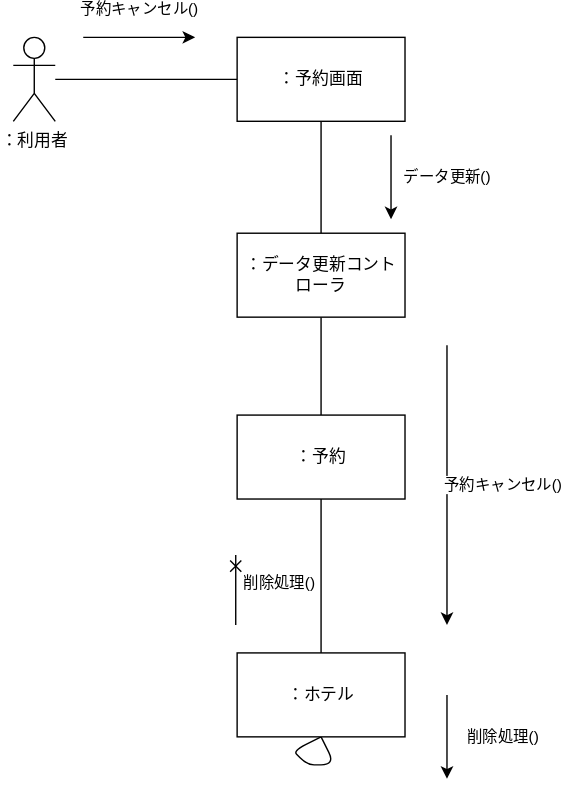
The draw.io diagram 演習５-2_CD_予約登録削除.drawio.svg in IshikawaMasato/uml-introduction, before a commit. Source tidied: cells renumbered, new cells last; positions are measured from the earlier drawing's top-left corner, leaving out a move shared by most shapes.
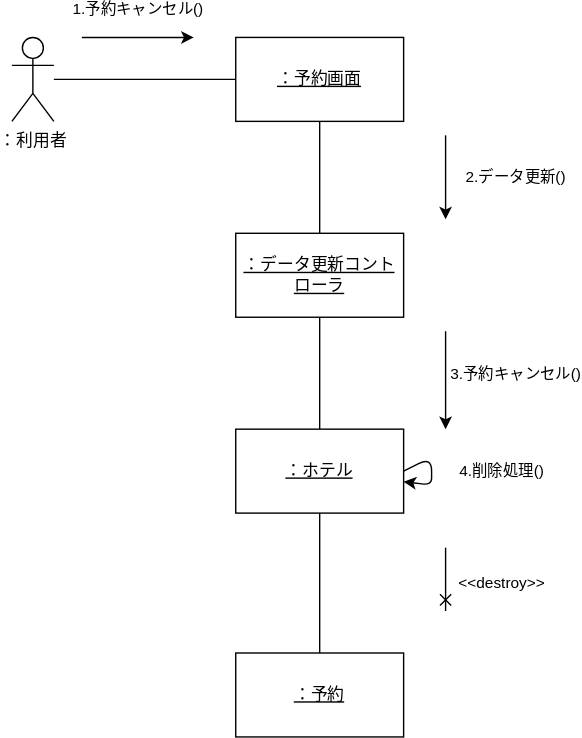
The same diagram one commit later.

Commit message:
演習５－２の作成

The edit, as a diff of the source:
```diff
@@ -11,10 +11,10 @@
     <mxCell id="4" style="edgeStyle=none;html=1;endArrow=none;endFill=0;" parent="1" edge="1" source="5" target="8">
       <mxGeometry relative="1" as="geometry" />
     </mxCell>
-    <mxCell id="5" value="：予約画面" style="rounded=0;whiteSpace=wrap;html=1;" parent="1" vertex="1">
+    <mxCell id="5" value="&lt;u&gt;：予約画面&lt;/u&gt;" style="rounded=0;whiteSpace=wrap;html=1;" parent="1" vertex="1">
       <mxGeometry x="160" width="120" height="60" as="geometry" />
     </mxCell>
-    <mxCell id="6" value="予約キャンセル()" style="endArrow=classic;html=1;" parent="1" edge="1">
+    <mxCell id="6" value="1.予約キャンセル()" style="endArrow=classic;html=1;" parent="1" edge="1">
       <mxGeometry y="20" relative="1" as="geometry">
         <mxPoint x="50" as="sourcePoint" />
         <mxPoint x="130" as="targetPoint" />
@@ -23,50 +23,46 @@
     <mxCell id="7" style="edgeStyle=none;html=1;endArrow=none;endFill=0;" parent="1" edge="1" source="8" target="11">
       <mxGeometry relative="1" as="geometry" />
     </mxCell>
-    <mxCell id="8" value="：データ更新コントローラ" style="whiteSpace=wrap;html=1;rounded=0;" parent="1" vertex="1">
+    <mxCell id="8" value="&lt;u&gt;：データ更新コントローラ&lt;/u&gt;" style="whiteSpace=wrap;html=1;rounded=0;" parent="1" vertex="1">
       <mxGeometry x="160" y="140" width="120" height="60" as="geometry" />
     </mxCell>
-    <mxCell id="9" value="データ更新()" style="endArrow=classic;html=1;" parent="1" edge="1">
-      <mxGeometry y="40" relative="1" as="geometry">
-        <mxPoint x="270" y="70" as="sourcePoint" />
-        <mxPoint x="270" y="130" as="targetPoint" />
+    <mxCell id="9" value="2.データ更新()" style="endArrow=classic;html=1;" parent="1" edge="1">
+      <mxGeometry y="50" relative="1" as="geometry">
+        <mxPoint x="310" y="70" as="sourcePoint" />
+        <mxPoint x="310" y="130" as="targetPoint" />
       </mxGeometry>
     </mxCell>
     <mxCell id="10" style="edgeStyle=none;html=1;endArrow=none;endFill=0;" parent="1" edge="1" source="11" target="13">
       <mxGeometry relative="1" as="geometry" />
     </mxCell>
-    <mxCell id="11" value="：予約" style="whiteSpace=wrap;html=1;rounded=0;" parent="1" vertex="1">
-      <mxGeometry x="160" y="270" width="120" height="60" as="geometry" />
+    <mxCell id="11" value="&lt;u&gt;：ホテル&lt;/u&gt;" style="whiteSpace=wrap;html=1;rounded=0;" parent="1" vertex="1">
+      <mxGeometry x="160" y="280" width="120" height="60" as="geometry" />
     </mxCell>
-    <mxCell id="12" style="edgeStyle=none;html=1;exitX=0.5;exitY=1;exitDx=0;exitDy=0;endArrow=none;endFill=0;entryX=0.5;entryY=1;entryDx=0;entryDy=0;" parent="1" edge="1" source="13" target="13">
-      <mxGeometry relative="1" as="geometry">
-        <Array as="points">
-          <mxPoint x="230" y="520" />
-          <mxPoint x="210" y="520" />
-          <mxPoint x="200" y="510" />
-        </Array>
-      </mxGeometry>
-    </mxCell>
-    <mxCell id="13" value="：ホテル" style="whiteSpace=wrap;html=1;rounded=0;" parent="1" vertex="1">
+    <mxCell id="13" value="&lt;u&gt;：予約&lt;/u&gt;" style="whiteSpace=wrap;html=1;rounded=0;" parent="1" vertex="1">
       <mxGeometry x="160" y="440" width="120" height="60" as="geometry" />
     </mxCell>
-    <mxCell id="14" value="予約キャンセル()" style="endArrow=classic;html=1;" parent="1" edge="1">
-      <mxGeometry y="40" relative="1" as="geometry">
-        <mxPoint x="310" y="220" as="sourcePoint" />
-        <mxPoint x="310" y="420" as="targetPoint" />
+    <mxCell id="14" value="3.予約キャンセル()" style="endArrow=classic;html=1;" parent="1" edge="1">
+      <mxGeometry x="-0.11" y="50" relative="1" as="geometry">
+        <mxPoint x="310" y="210" as="sourcePoint" />
+        <mxPoint x="310" y="280" as="targetPoint" />
       </mxGeometry>
     </mxCell>
-    <mxCell id="15" value="削除処理()" style="endArrow=classic;html=1;" parent="1" edge="1">
-      <mxGeometry y="40" relative="1" as="geometry">
-        <mxPoint x="310" y="470" as="sourcePoint" />
-        <mxPoint x="310" y="530" as="targetPoint" />
-      </mxGeometry>
-    </mxCell>
-    <mxCell id="16" value="削除処理()" style="endArrow=none;html=1;endFill=0;startArrow=cross;startFill=0;" parent="1" edge="1">
+    <mxCell id="16" style="endArrow=none;html=1;endFill=0;startArrow=cross;startFill=0;" parent="1" edge="1">
       <mxGeometry x="-0.2" y="31" relative="1" as="geometry">
-        <mxPoint x="159" y="370" as="sourcePoint" />
-        <mxPoint x="159" y="420" as="targetPoint" />
+        <mxPoint x="310" y="410" as="sourcePoint" />
+        <mxPoint x="310" y="410" as="targetPoint" />
+        <Array as="points">
+          <mxPoint x="310" y="360" />
+        </Array>
       </mxGeometry>
     </mxCell>
+    <mxCell id="17" value="&amp;lt;&amp;lt;destroy&amp;gt;&amp;gt;" style="edgeLabel;html=1;align=center;verticalAlign=middle;" parent="16" vertex="1">
+      <mxGeometry x="0.48" y="-2" relative="1" as="geometry">
+        <mxPoint x="42" y="6" as="offset" />
+      </mxGeometry>
+    </mxCell>
+    <mxCell id="18" value="4.削除処理()" style="edgeStyle=none;html=1;exitX=1;exitY=0.5;exitDx=0;exitDy=0;" parent="1" edge="1" source="11" target="11">
+      <mxGeometry x="0.04" y="50" relative="1" as="geometry" />
+    </mxCell>
   </root>
 </mxGraphModel>
```
